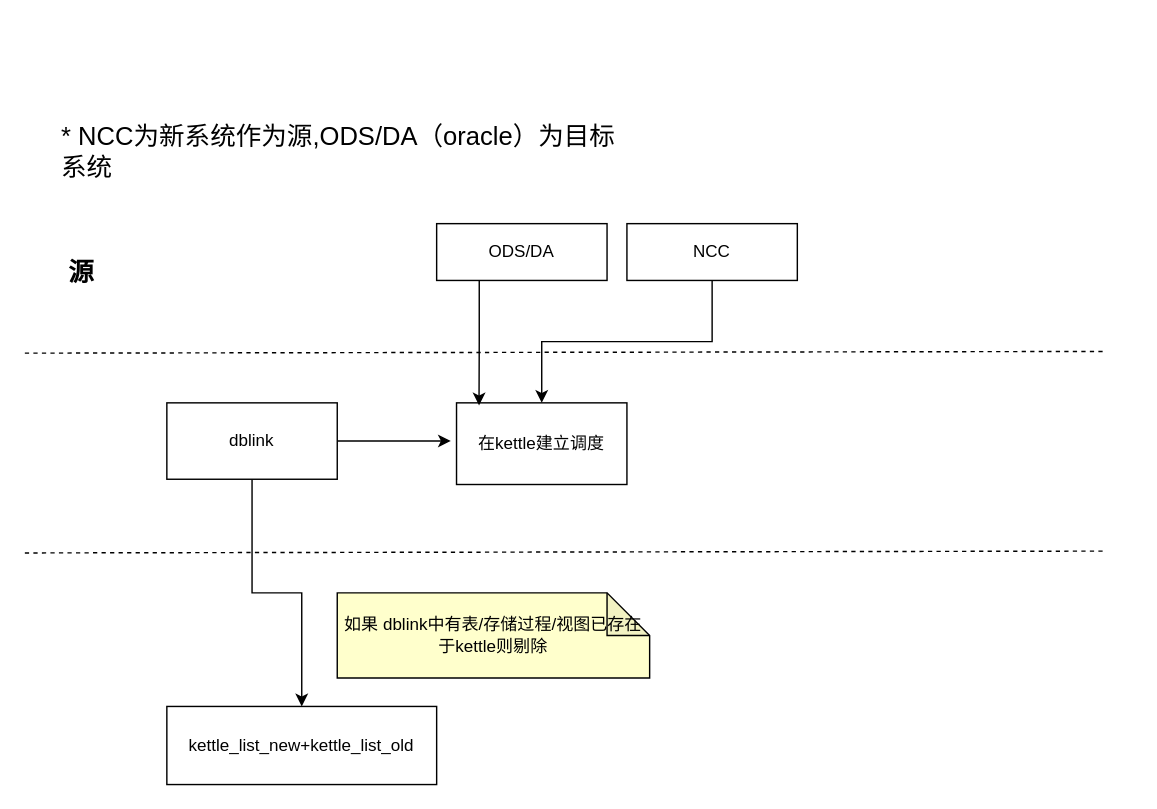
The draw.io diagram img/NCC升级改造.drawio in ztacode/drawio, before the edit. Source tidied: cells renumbered, new cells numbered last; positions are measured from the earlier drawing's top-left corner, leaving out a move shared by most shapes. Both pictures are drawn from the tidied source at 142%, with x=0, y=0 at pixel (24, 124).
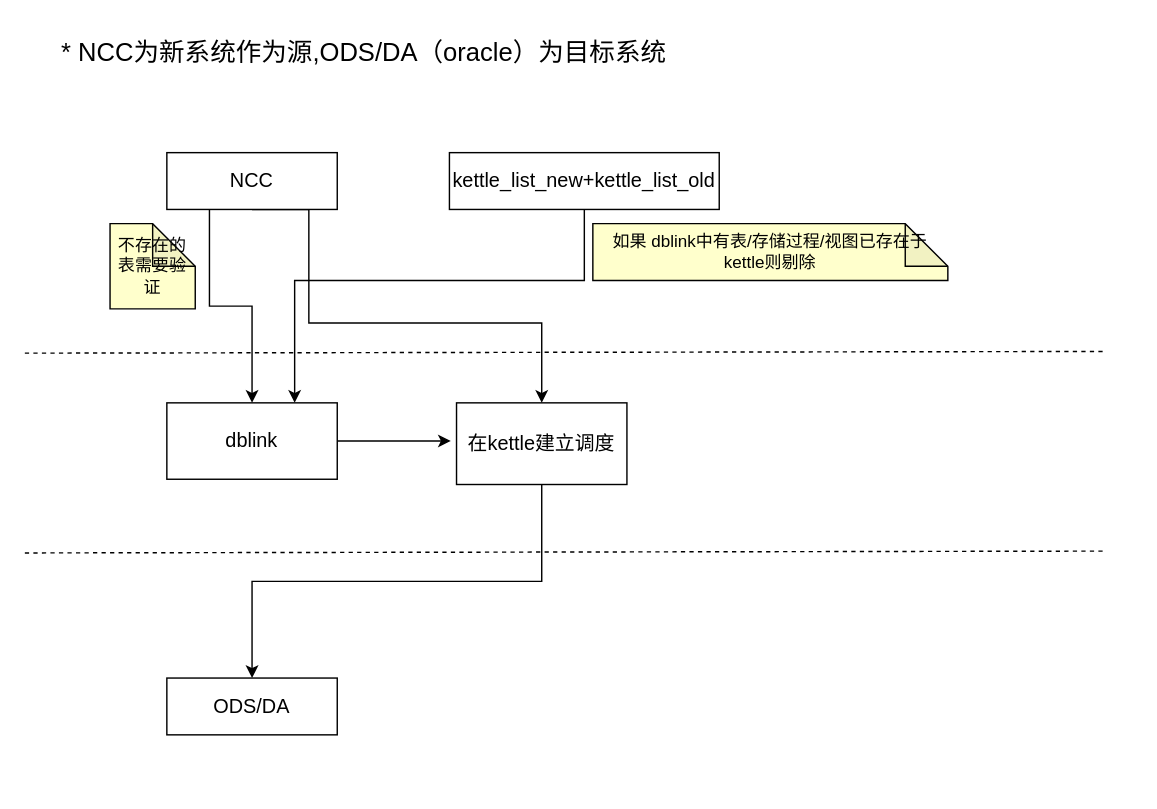
After the change.

Commit message (it also covers changes not shown here):
更新NCC升级改造.drawio

Change to the diagram source:
```diff
@@
+    <mxCell id="16" style="edgeStyle=orthogonalEdgeStyle;rounded=0;jettySize=auto;html=1;exitX=0.5;exitY=1;exitDx=0;exitDy=0;entryX=0.75;entryY=0;entryDx=0;entryDy=0;shadow=0;fontFamily=Helvetica;fontSize=18;fontColor=default;fillColor=#F2F2F2;" parent="1" edge="1" source="3" target="6">
+      <mxGeometry relative="1" as="geometry">
+        <Array as="points">
+          <mxPoint x="394" y="110" />
+          <mxPoint x="190" y="110" />
+        </Array>
+      </mxGeometry>
+    </mxCell>
-    <mxCell id="3" value="kettle_list_new+kettle_list_old" style="rounded=0;whiteSpace=wrap;html=1;" parent="1" vertex="1">
-      <mxGeometry x="100" y="410" width="190" height="55" as="geometry" />
+    <mxCell id="3" value="&lt;font style=&quot;font-size: 14px;&quot;&gt;kettle_list_new+kettle_list_old&lt;/font&gt;" style="rounded=0;whiteSpace=wrap;html=1;" parent="1" vertex="1">
+      <mxGeometry x="299" y="20" width="190" height="40" as="geometry" />
     </mxCell>
-    <mxCell id="4" style="edgeStyle=orthogonalEdgeStyle;rounded=0;jettySize=auto;html=1;exitX=0.5;exitY=1;exitDx=0;exitDy=0;entryX=0.5;entryY=0;entryDx=0;entryDy=0;" parent="1" edge="1" source="6" target="3">
-      <mxGeometry relative="1" as="geometry" />
-    </mxCell>
@@
-    <mxCell id="6" value="dblink" style="rounded=0;whiteSpace=wrap;html=1;" parent="1" vertex="1">
+    <mxCell id="6" value="&lt;font style=&quot;font-size: 14px;&quot;&gt;dblink&lt;/font&gt;" style="rounded=0;whiteSpace=wrap;html=1;" parent="1" vertex="1">
       <mxGeometry x="100" y="196.2" width="120" height="53.8" as="geometry" />
     </mxCell>
-    <mxCell id="7" value="如果 dblink中有表/存储过程/视图已存在于kettle则剔除" style="shape=note;whiteSpace=wrap;html=1;backgroundOutline=1;darkOpacity=0.05;fillColor=#FFFFCC;" parent="1" vertex="1">
-      <mxGeometry x="220" y="330" width="220" height="60" as="geometry" />
+    <mxCell id="7" value="&lt;font style=&quot;font-size: 12px;&quot;&gt;如果 dblink中有表/存储过程/视图已存在于kettle则剔除&lt;/font&gt;" style="shape=note;whiteSpace=wrap;html=1;backgroundOutline=1;darkOpacity=0.05;fillColor=#FFFFCC;" parent="1" vertex="1">
+      <mxGeometry x="400" y="70" width="250" height="40" as="geometry" />
     </mxCell>
+    <mxCell id="17" style="edgeStyle=orthogonalEdgeStyle;rounded=0;jettySize=auto;html=1;exitX=0.5;exitY=1;exitDx=0;exitDy=0;entryX=0.5;entryY=0;entryDx=0;entryDy=0;shadow=0;fontFamily=Helvetica;fontSize=18;fontColor=default;fillColor=#F2F2F2;" parent="1" edge="1" source="8" target="13">
+      <mxGeometry relative="1" as="geometry" />
+    </mxCell>
-    <mxCell id="8" value="在kettle建立调度" style="rounded=0;whiteSpace=wrap;html=1;fillColor=#FFFFFF;" parent="1" vertex="1">
+    <mxCell id="8" value="&lt;font style=&quot;font-size: 14px;&quot;&gt;在kettle建立调度&lt;/font&gt;" style="rounded=0;whiteSpace=wrap;html=1;fillColor=#FFFFFF;" parent="1" vertex="1">
       <mxGeometry x="304" y="196.2" width="120" height="57.5" as="geometry" />
     </mxCell>
     <mxCell id="9" style="edgeStyle=orthogonalEdgeStyle;rounded=0;jettySize=auto;html=1;exitX=0.5;exitY=1;exitDx=0;exitDy=0;entryX=0.5;entryY=0;entryDx=0;entryDy=0;" parent="1" edge="1" source="10" target="8">
-      <mxGeometry relative="1" as="geometry" />
+      <mxGeometry relative="1" as="geometry">
+        <Array as="points">
+          <mxPoint x="200" y="60" />
+          <mxPoint x="200" y="140" />
+          <mxPoint x="364" y="140" />
+        </Array>
+      </mxGeometry>
     </mxCell>
+    <mxCell id="18" style="edgeStyle=orthogonalEdgeStyle;rounded=0;jettySize=auto;html=1;exitX=0.25;exitY=1;exitDx=0;exitDy=0;entryX=0.5;entryY=0;entryDx=0;entryDy=0;shadow=0;fontFamily=Helvetica;fontSize=18;fontColor=default;" parent="1" edge="1" source="10" target="6">
+      <mxGeometry relative="1" as="geometry" />
+    </mxCell>
-    <mxCell id="10" value="NCC" style="rounded=0;whiteSpace=wrap;html=1;fillColor=#FFFFFF;" parent="1" vertex="1">
-      <mxGeometry x="424" y="70" width="120" height="40" as="geometry" />
+    <mxCell id="10" value="&lt;font style=&quot;font-size: 14px;&quot;&gt;NCC&lt;/font&gt;" style="rounded=0;whiteSpace=wrap;html=1;fillColor=#FFFFFF;" parent="1" vertex="1">
+      <mxGeometry x="100" y="20" width="120" height="40" as="geometry" />
     </mxCell>
-    <mxCell id="11" style="endArrow=none;dashed=1;html=1;rounded=0;shadow=0;" parent="1" edge="1">
+    <mxCell id="11" style="endArrow=none;dashed=1;html=1;rounded=0;shadow=0;fillColor=#F2F2F2;" parent="1" edge="1">
       <mxGeometry relative="1" as="geometry">
         <mxPoint y="161.2" as="sourcePoint" />
         <mxPoint x="760" y="160" as="targetPoint" />
       </mxGeometry>
     </mxCell>
-    <mxCell id="12" style="edgeStyle=orthogonalEdgeStyle;rounded=0;jettySize=auto;html=1;exitX=0.25;exitY=1;exitDx=0;exitDy=0;entryX=0.132;entryY=0.031;entryDx=0;entryDy=0;entryPerimeter=0;shadow=0;" parent="1" edge="1" source="13" target="8">
-      <mxGeometry relative="1" as="geometry" />
-    </mxCell>
-    <mxCell id="13" value="ODS/DA" style="rounded=0;whiteSpace=wrap;html=1;fillColor=#FFFFFF;" parent="1" vertex="1">
-      <mxGeometry x="290" y="70" width="120" height="40" as="geometry" />
+    <mxCell id="13" value="&lt;font style=&quot;font-size: 14px;&quot;&gt;ODS/DA&lt;/font&gt;" style="rounded=0;whiteSpace=wrap;html=1;fillColor=#FFFFFF;" parent="1" vertex="1">
+      <mxGeometry x="100" y="390" width="120" height="40" as="geometry" />
     </mxCell>
-    <mxCell id="14" value="&lt;h4&gt;&lt;font style=&quot;font-size: 18px;&quot;&gt;源&lt;/font&gt;&lt;/h4&gt;" style="text;html=1;strokeColor=none;fillColor=none;align=center;verticalAlign=middle;whiteSpace=wrap;rounded=0;" parent="1" vertex="1">
-      <mxGeometry x="10" y="90" width="60" height="30" as="geometry" />
-    </mxCell>
     <mxCell id="15" value="* NCC为新系统作为源,ODS/DA（oracle）为目标系统" style="text;html=1;strokeColor=none;fillColor=none;align=left;verticalAlign=middle;whiteSpace=wrap;rounded=0;fontFamily=Helvetica;fontSize=18;" parent="1" vertex="1">
-      <mxGeometry x="24" width="400" height="40" as="geometry" />
+      <mxGeometry x="24" y="-70" width="756" height="40" as="geometry" />
     </mxCell>
+    <mxCell id="19" value="&lt;font style=&quot;font-size: 12px;&quot;&gt;不存在的表需要验证&lt;/font&gt;" style="shape=note;whiteSpace=wrap;html=1;backgroundOutline=1;darkOpacity=0.05;fillColor=#FFFFCC;" parent="1" vertex="1">
+      <mxGeometry x="60" y="70" width="60" height="60" as="geometry" />
+    </mxCell>
```
